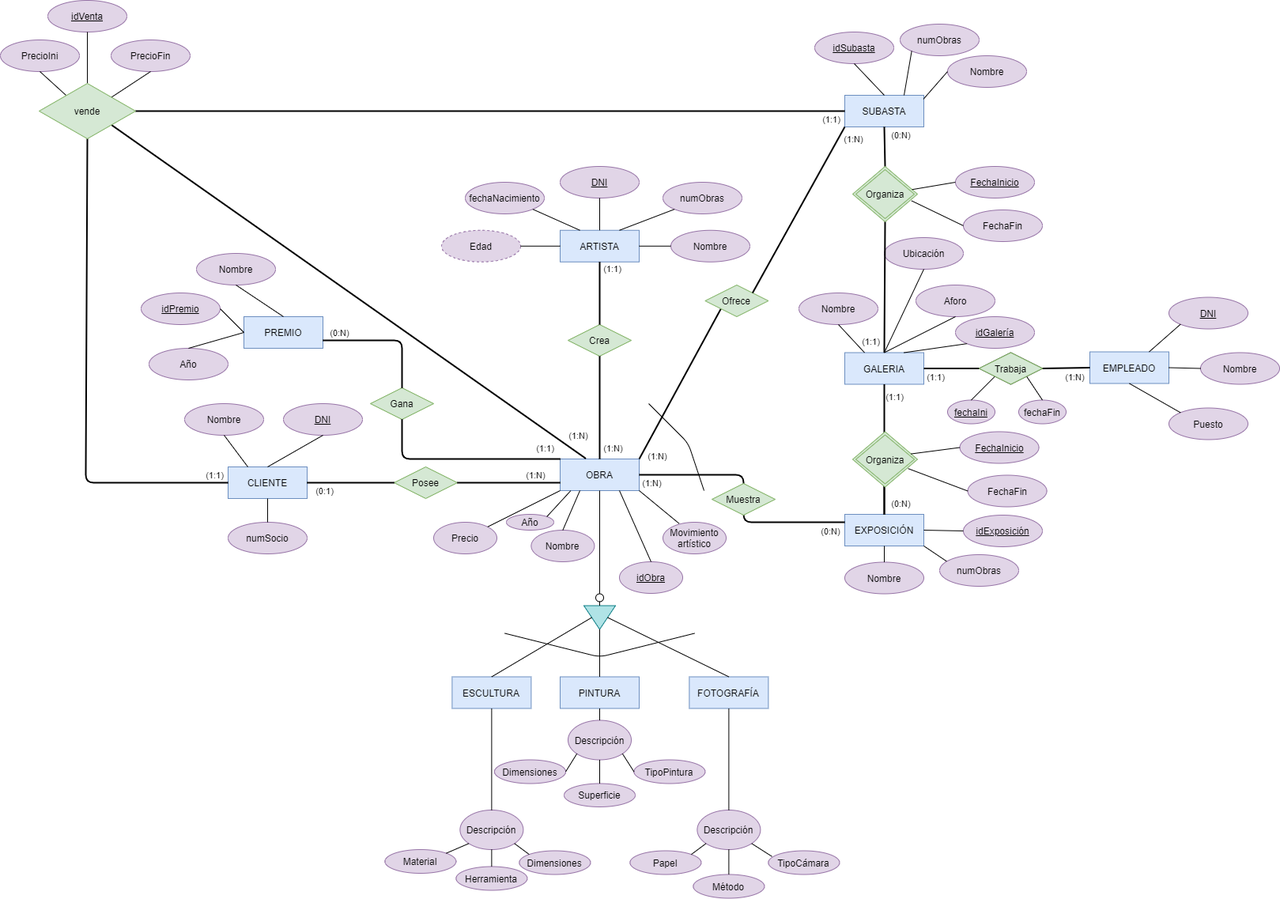
Before: imgs/ModeloER.png, a diagram exported from draw.io (victoriamr210/ADBD_Proyecto_Galerias). Source tidied: cells renumbered, new cells last; positions are measured from the earlier drawing's top-left corner, leaving out a move shared by most shapes.
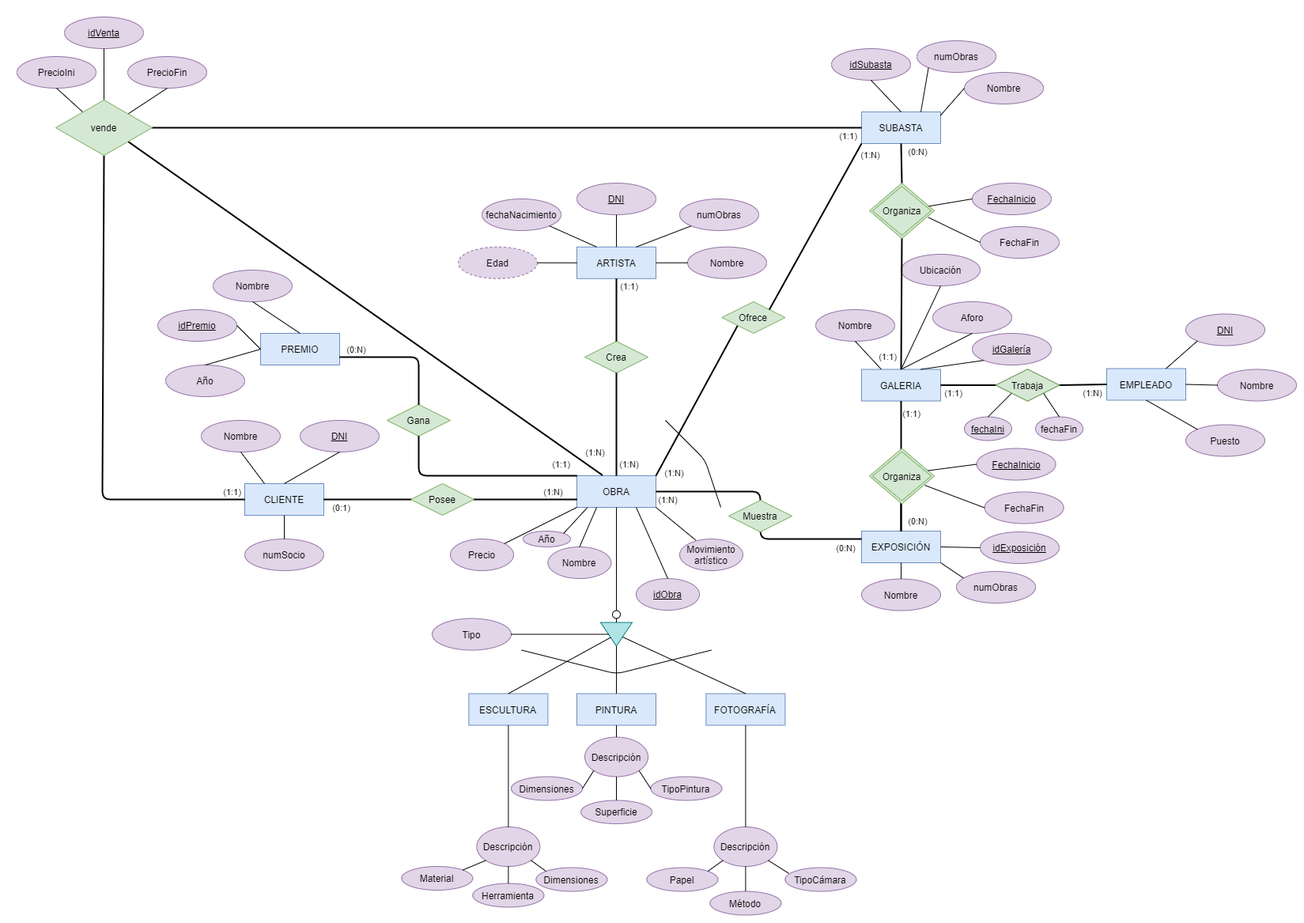
The same file after the commit.

Commit message:
Modificacion en el modelo ER

What changed in the source:
```diff
@@ -47,13 +47,13 @@
     <mxCell id="16" style="endArrow=none;html=1;entryX=0.5;entryY=1;entryDx=0;entryDy=0;exitX=0.5;exitY=0;exitDx=0;exitDy=0;" parent="1" edge="1" source="153" target="2">
       <mxGeometry relative="1" as="geometry" />
     </mxCell>
-    <mxCell id="17" style="endArrow=none;html=1;entryX=0.5;entryY=1;entryDx=0;entryDy=0;exitX=0.5;exitY=0;exitDx=0;exitDy=0;" parent="1" edge="1" source="8" target="15">
+    <mxCell id="17" style="endArrow=none;html=1;exitX=0.5;exitY=0;exitDx=0;exitDy=0;" parent="1" edge="1" source="8" target="15">
       <mxGeometry relative="1" as="geometry" />
     </mxCell>
     <mxCell id="18" style="endArrow=none;html=1;exitX=0.5;exitY=0;exitDx=0;exitDy=0;entryX=1;entryY=0.5;entryDx=0;entryDy=0;" parent="1" edge="1" source="13" target="15">
       <mxGeometry relative="1" as="geometry" />
     </mxCell>
-    <mxCell id="19" style="endArrow=none;html=1;entryX=0.5;entryY=0;entryDx=0;entryDy=0;exitX=0.5;exitY=0;exitDx=0;exitDy=0;" parent="1" edge="1" source="14" target="15">
+    <mxCell id="19" style="endArrow=none;html=1;exitX=0.5;exitY=0;exitDx=0;exitDy=0;entryX=0.615;entryY=0.301;entryDx=0;entryDy=0;entryPerimeter=0;" parent="1" edge="1" source="14" target="15">
       <mxGeometry relative="1" as="geometry" />
     </mxCell>
     <mxCell id="20" style="endArrow=none;html=1;" parent="1" edge="1">
@@ -622,5 +622,11 @@
     <mxCell id="174" style="endArrow=none;html=1;entryX=0.855;entryY=0.666;entryDx=0;entryDy=0;exitX=0;exitY=0.5;exitDx=0;exitDy=0;entryPerimeter=0;" parent="1" edge="1" source="173" target="157">
       <mxGeometry relative="1" as="geometry" />
     </mxCell>
+    <mxCell id="175" value="Tipo" style="ellipse;whiteSpace=wrap;html=1;align=center;fillColor=#e1d5e7;strokeColor=#9673a6;" parent="1" vertex="1">
+      <mxGeometry x="525" y="760.5" width="100" height="40" as="geometry" />
+    </mxCell>
+    <mxCell id="176" style="endArrow=none;html=1;exitX=1;exitY=0.5;exitDx=0;exitDy=0;entryX=0.5;entryY=1;entryDx=0;entryDy=0;" parent="1" edge="1" source="175" target="15">
+      <mxGeometry relative="1" as="geometry" />
+    </mxCell>
   </root>
 </mxGraphModel>
```
